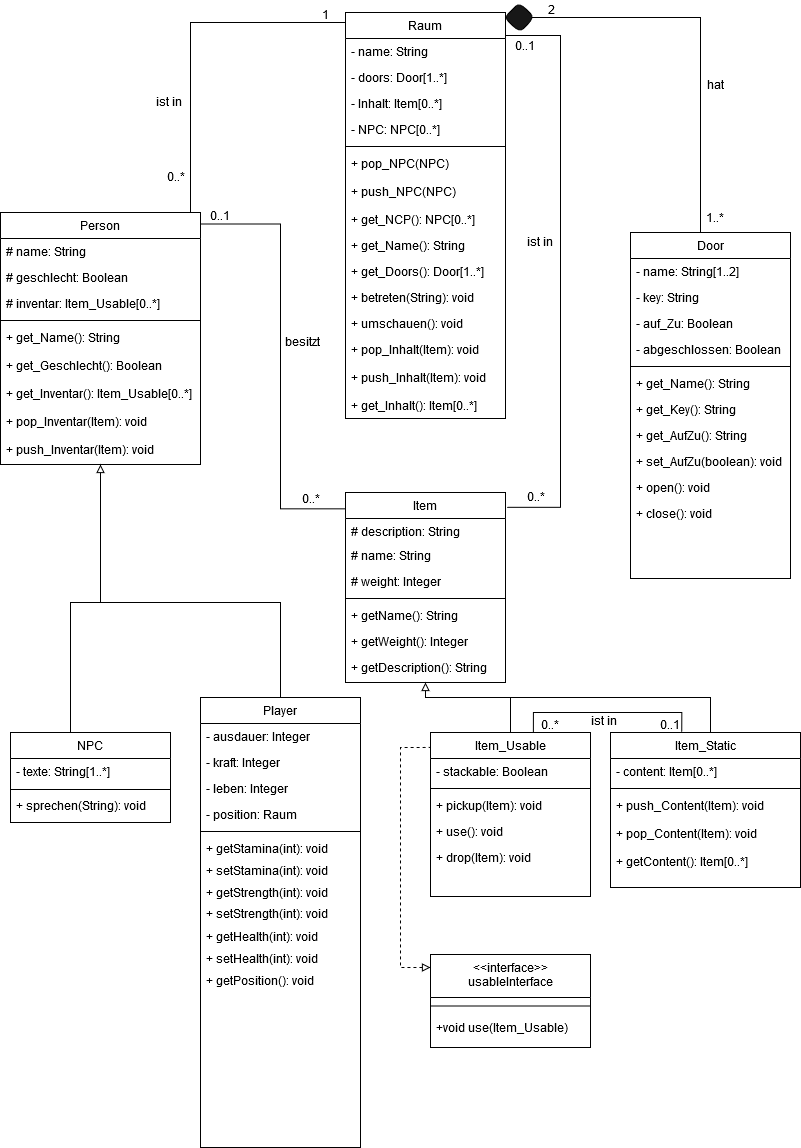
Earlier version of the draw.io export Klassendiagram.png (Elegond/AE-Text-Adventure). Source tidied: cells renumbered, new cells last; positions are measured from the earlier drawing's top-left corner, leaving out a move shared by most shapes.
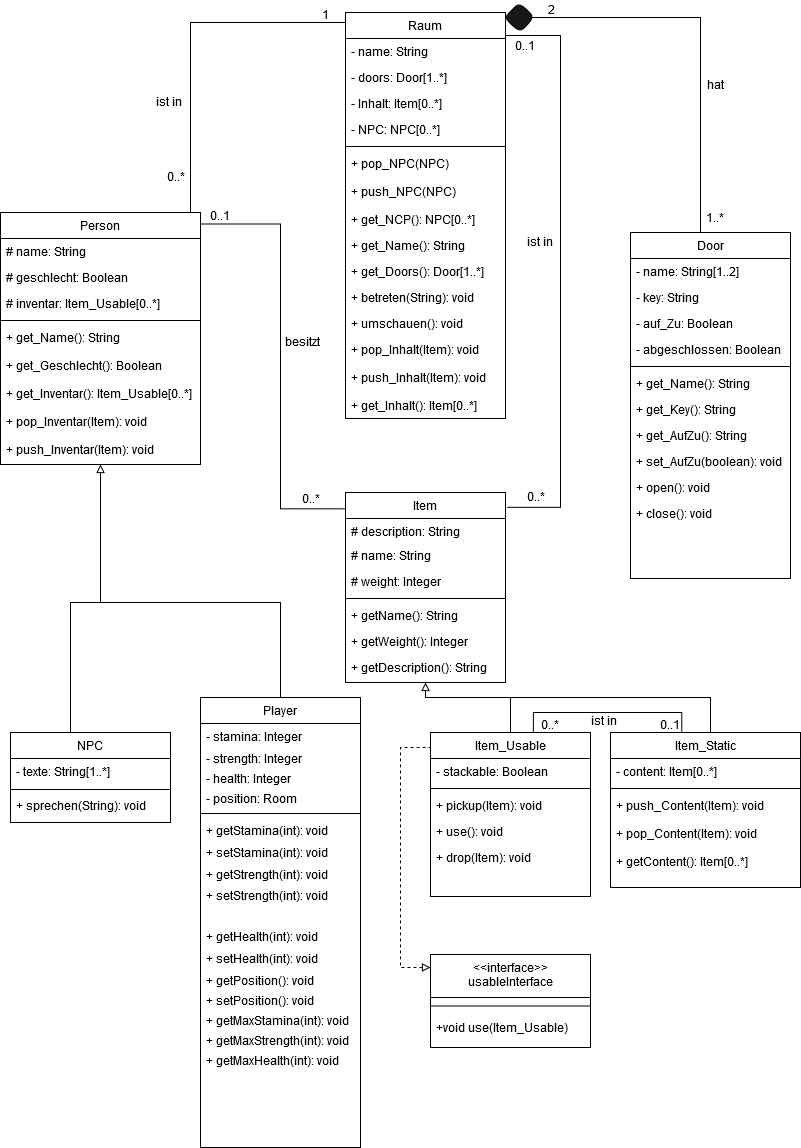
The same diagram one commit later.

What changed in the source:
```diff
@@ -332,32 +332,32 @@
     <mxCell id="93" value="Player" style="swimlane;fontStyle=0;align=center;verticalAlign=top;horizontal=1;startSize=26;rounded=0;shadow=0;strokeWidth=1;" parent="1" vertex="1">
       <mxGeometry x="200" y="697" width="160" height="450" as="geometry" />
     </mxCell>
-    <mxCell id="94" value="- ausdauer: Integer" style="text;align=left;verticalAlign=top;spacingLeft=4;spacingRight=4;overflow=hidden;rounded=0;shadow=0;html=0;" parent="93" vertex="1">
-      <mxGeometry y="26" width="160" height="26" as="geometry" />
+    <mxCell id="94" value="- stamina: Integer" style="text;align=left;verticalAlign=top;spacingLeft=4;spacingRight=4;overflow=hidden;rounded=0;shadow=0;html=0;" parent="93" vertex="1">
+      <mxGeometry y="26" width="160" height="22" as="geometry" />
     </mxCell>
-    <mxCell id="95" value="- kraft: Integer" style="text;align=left;verticalAlign=top;spacingLeft=4;spacingRight=4;overflow=hidden;rounded=0;shadow=0;html=0;" parent="93" vertex="1">
-      <mxGeometry y="52" width="160" height="26" as="geometry" />
+    <mxCell id="95" value="- strength: Integer" style="text;align=left;verticalAlign=top;spacingLeft=4;spacingRight=4;overflow=hidden;rounded=0;shadow=0;html=0;" parent="93" vertex="1">
+      <mxGeometry y="48" width="160" height="20" as="geometry" />
     </mxCell>
-    <mxCell id="96" value="- leben: Integer" style="text;align=left;verticalAlign=top;spacingLeft=4;spacingRight=4;overflow=hidden;rounded=0;shadow=0;html=0;" parent="93" vertex="1">
-      <mxGeometry y="78" width="160" height="26" as="geometry" />
+    <mxCell id="96" value="- health: Integer" style="text;align=left;verticalAlign=top;spacingLeft=4;spacingRight=4;overflow=hidden;rounded=0;shadow=0;html=0;" parent="93" vertex="1">
+      <mxGeometry y="68" width="160" height="20" as="geometry" />
     </mxCell>
-    <mxCell id="97" value="- position: Raum" style="text;align=left;verticalAlign=top;spacingLeft=4;spacingRight=4;overflow=hidden;rounded=0;shadow=0;html=0;" parent="93" vertex="1">
-      <mxGeometry y="104" width="160" height="26" as="geometry" />
+    <mxCell id="97" value="- position: Room" style="text;align=left;verticalAlign=top;spacingLeft=4;spacingRight=4;overflow=hidden;rounded=0;shadow=0;html=0;" parent="93" vertex="1">
+      <mxGeometry y="88" width="160" height="24" as="geometry" />
     </mxCell>
     <mxCell id="98" style="line;html=1;strokeWidth=1;align=left;verticalAlign=middle;spacingTop=-1;spacingLeft=3;spacingRight=3;labelPosition=right;" parent="93" vertex="1">
-      <mxGeometry y="130" width="160" height="8" as="geometry" />
+      <mxGeometry y="112" width="160" height="8" as="geometry" />
     </mxCell>
     <mxCell id="99" value="+ getStamina(int): void" style="text;align=left;verticalAlign=top;spacingLeft=4;spacingRight=4;overflow=hidden;" parent="93" vertex="1">
-      <mxGeometry y="138" width="160" height="22" as="geometry" />
+      <mxGeometry y="120" width="160" height="22" as="geometry" />
     </mxCell>
     <mxCell id="100" value="+ setStamina(int): void" style="text;align=left;verticalAlign=top;spacingLeft=4;spacingRight=4;overflow=hidden;" parent="93" vertex="1">
-      <mxGeometry y="160" width="160" height="22" as="geometry" />
+      <mxGeometry y="142" width="160" height="22" as="geometry" />
     </mxCell>
     <mxCell id="101" value="+ getStrength(int): void" style="text;align=left;verticalAlign=top;spacingLeft=4;spacingRight=4;overflow=hidden;" parent="93" vertex="1">
-      <mxGeometry y="182" width="160" height="21" as="geometry" />
+      <mxGeometry y="164" width="160" height="21" as="geometry" />
     </mxCell>
     <mxCell id="102" value="+ setStrength(int): void" style="text;align=left;verticalAlign=top;spacingLeft=4;spacingRight=4;overflow=hidden;" parent="93" vertex="1">
-      <mxGeometry y="203" width="160" height="25" as="geometry" />
+      <mxGeometry y="185" width="160" height="25" as="geometry" />
     </mxCell>
     <mxCell id="103" value="+ getHealth(int): void" style="text;align=left;verticalAlign=top;spacingLeft=4;spacingRight=4;overflow=hidden;" parent="1" vertex="1">
       <mxGeometry x="200" y="923" width="160" height="27" as="geometry" />
@@ -368,5 +368,17 @@
     <mxCell id="105" value="+ getPosition(): void" style="text;align=left;verticalAlign=top;spacingLeft=4;spacingRight=4;overflow=hidden;" parent="1" vertex="1">
       <mxGeometry x="200" y="967" width="160" height="27" as="geometry" />
     </mxCell>
+    <mxCell id="106" value="+ setPosition(): void" style="text;align=left;verticalAlign=top;spacingLeft=4;spacingRight=4;overflow=hidden;" parent="1" vertex="1">
+      <mxGeometry x="200" y="987" width="160" height="27" as="geometry" />
+    </mxCell>
+    <mxCell id="107" value="+ getMaxStamina(int): void" style="text;align=left;verticalAlign=top;spacingLeft=4;spacingRight=4;overflow=hidden;" parent="1" vertex="1">
+      <mxGeometry x="200" y="1007" width="160" height="27" as="geometry" />
+    </mxCell>
+    <mxCell id="108" value="+ getMaxStrength(int): void" style="text;align=left;verticalAlign=top;spacingLeft=4;spacingRight=4;overflow=hidden;" parent="1" vertex="1">
+      <mxGeometry x="200" y="1027" width="160" height="27" as="geometry" />
+    </mxCell>
+    <mxCell id="109" value="+ getMaxHealth(int): void" style="text;align=left;verticalAlign=top;spacingLeft=4;spacingRight=4;overflow=hidden;" parent="1" vertex="1">
+      <mxGeometry x="200" y="1047" width="160" height="27" as="geometry" />
+    </mxCell>
   </root>
 </mxGraphModel>
```
